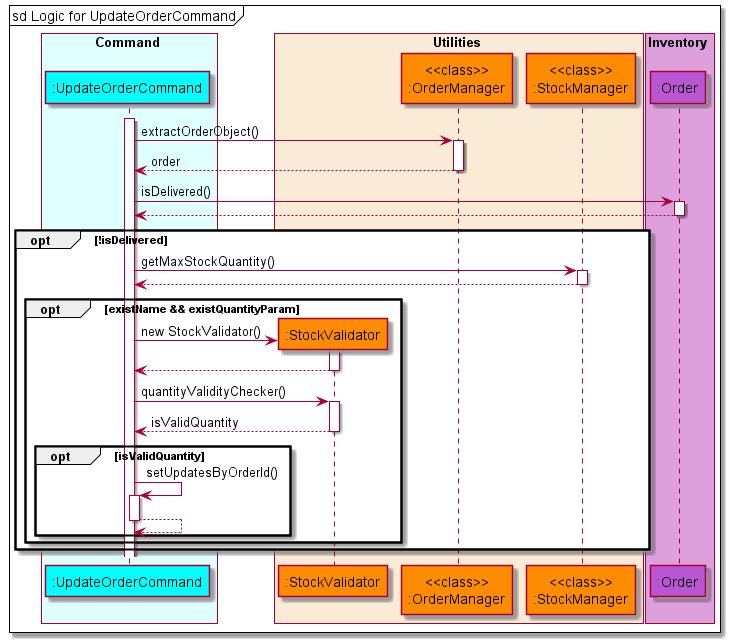
Earlier version of the PlantUML export docs/diagrams/diagram_images/UpdateOrderSequenceDiagram.png (nus-cs2113-AY2122S1/tp).
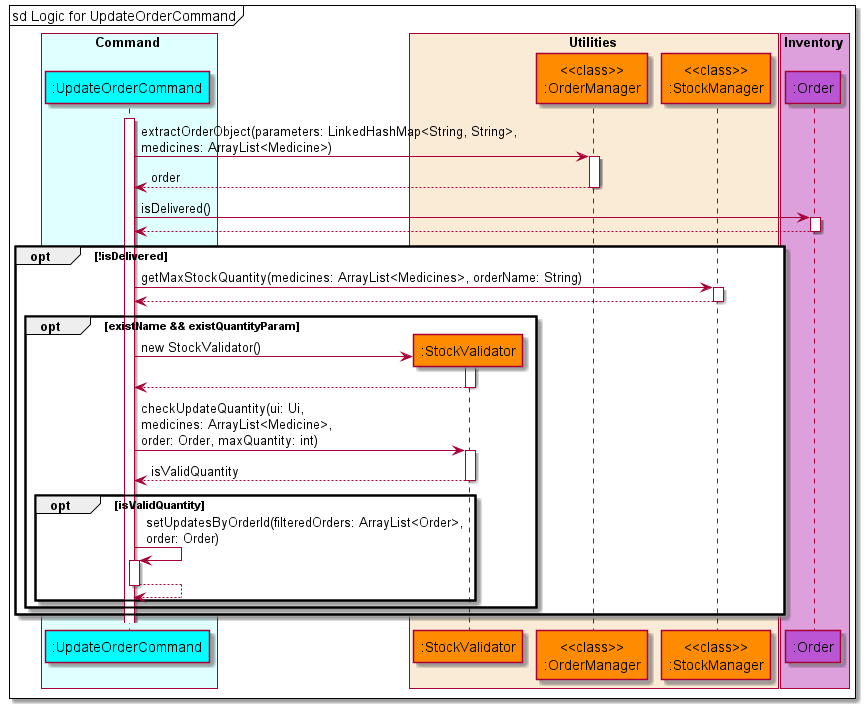
After the commit.

Commit message:
Modify all sequence diagrams to match current code

What changed in the source:
```diff
@@ -19,21 +19,21 @@
 autoactivate on
 mainFrame sd Logic for UpdateOrderCommand
 activate updateorder
-    updateorder -> ordermanager: extractOrderObject()
+    updateorder -> ordermanager: extractOrderObject(parameters: LinkedHashMap<String, String>,\nmedicines: ArrayList<Medicine>)
     updateorder <-- ordermanager: order
     updateorder -> order: isDelivered()
     updateorder <-- order
     opt !isDelivered
-        updateorder -> stockmanager: getMaxStockQuantity()
+        updateorder -> stockmanager: getMaxStockQuantity(medicines: ArrayList<Medicines>, orderName: String)
         updateorder <-- stockmanager
         opt existName && existQuantityParam
             create stockvalidator
             updateorder -> stockvalidator: new StockValidator()
             updateorder <-- stockvalidator
-            updateorder -> stockvalidator: quantityValidityChecker()
+            updateorder -> stockvalidator: checkUpdateQuantity(ui: Ui,\nmedicines: ArrayList<Medicine>,\norder: Order, maxQuantity: int)
             updateorder <-- stockvalidator: isValidQuantity
             opt isValidQuantity
-                updateorder -> updateorder: setUpdatesByOrderId()
+                updateorder -> updateorder: setUpdatesByOrderId(filteredOrders: ArrayList<Order>,\norder: Order)
                 updateorder --> updateorder
             end
         end
```
